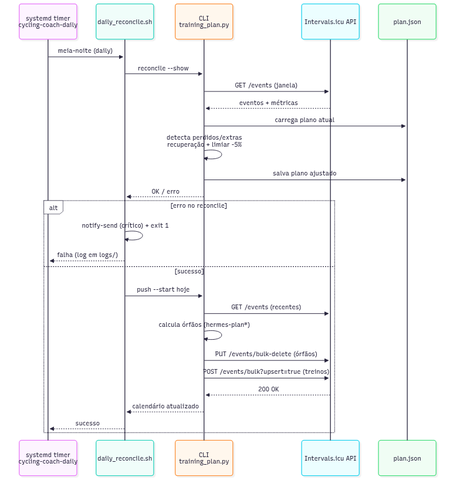
Before: docs/diagramas/sequencia-timer.png, a diagram exported from Mermaid (valdelin/Hermes-coach). Its source is kept beside it as docs/diagramas/sequencia-timer.mmd.
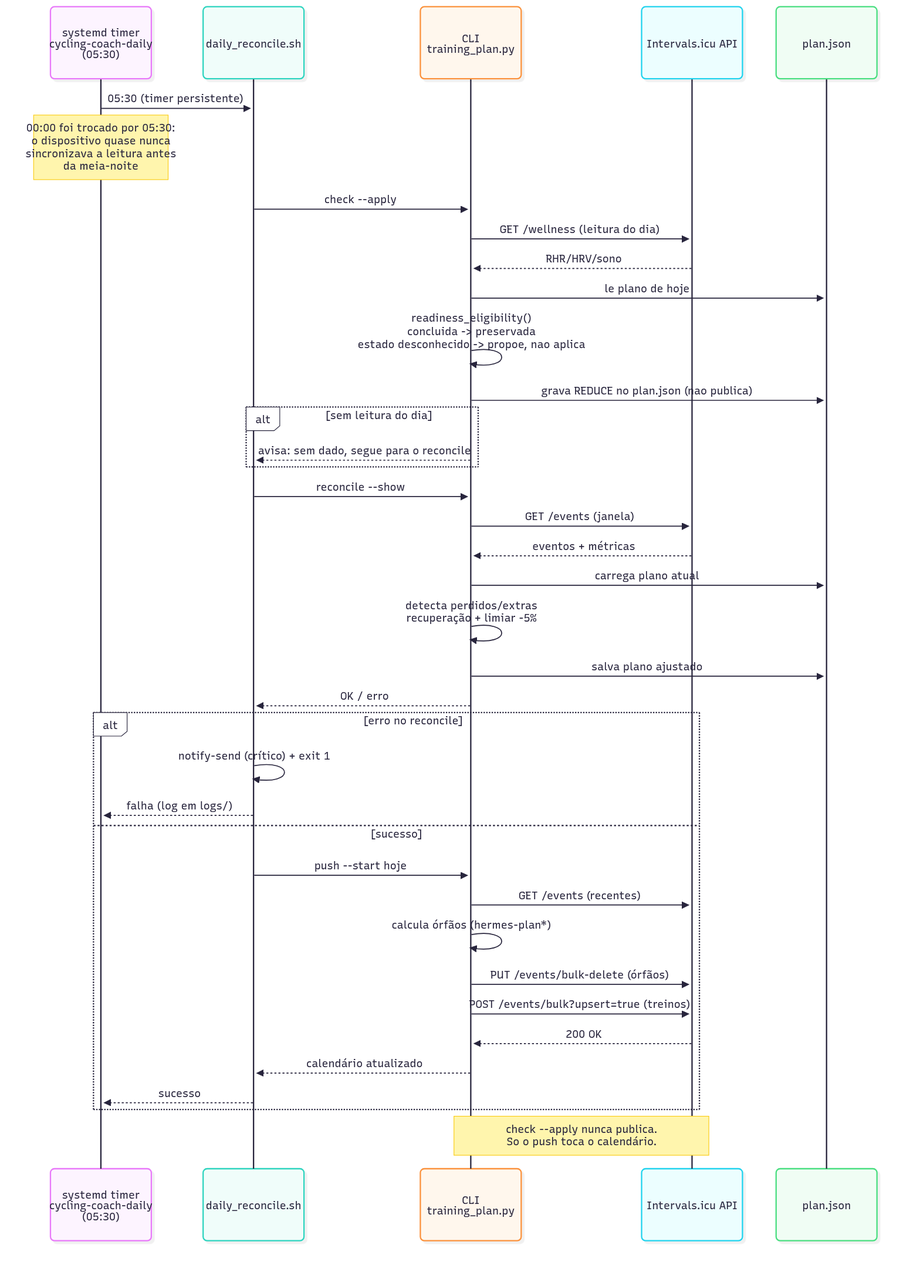
After the change.

The edit, as a diff of the source:
```diff
@@ -1,11 +1,21 @@
 sequenceDiagram
-    participant T as systemd timer<br/>cycling-coach-daily
+    participant T as systemd timer<br/>cycling-coach-daily<br/>(05:30)
     participant S as daily_reconcile.sh
     participant C as CLI<br/>training_plan.py
     participant I as Intervals.icu API
     participant P as plan.json
 
-    T->>S: meia-noite (daily)
+    T->>S: 05:30 (timer persistente)
+    Note over T: 00:00 foi trocado por 05:30:<br/>o dispositivo quase nunca<br/>sincronizava a leitura antes<br/>da meia-noite
+    S->>C: check --apply
+    C->>I: GET /wellness (leitura do dia)
+    I-->>C: RHR/HRV/sono
+    C->>P: le plano de hoje
+    C->>C: readiness_eligibility()<br/>concluida -> preservada<br/>estado desconhecido -> propoe, nao aplica
+    C->>P: grava REDUCE no plan.json (nao publica)
+    alt sem leitura do dia
+        C-->>S: avisa: sem dado, segue para o reconcile
+    end
     S->>C: reconcile --show
     C->>I: GET /events (janela)
     I-->>C: eventos + métricas
@@ -26,3 +36,4 @@
         C-->>S: calendário atualizado
         S-->>T: sucesso
     end
+    Note over C,I: check --apply nunca publica.<br/>So o push toca o calendário.
```
